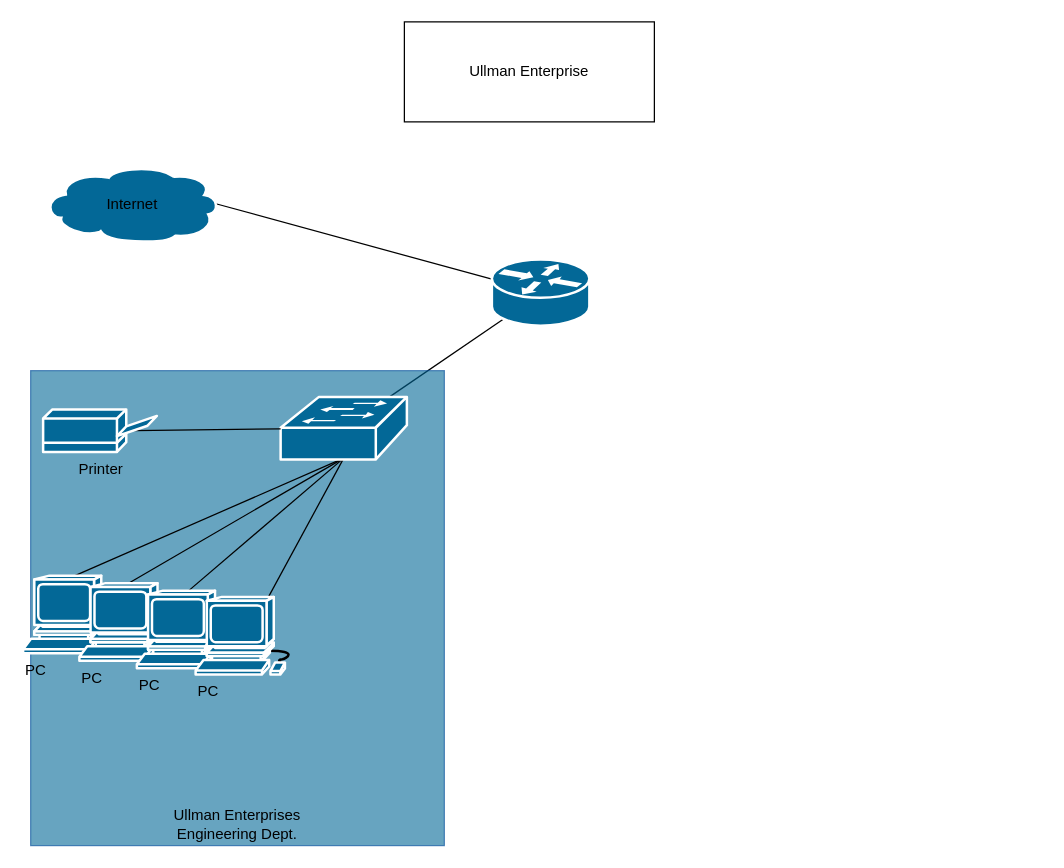
The draw.io diagram Untitled Diagram.drawio in taming-life/ITNW1325_class, before the edit. Source tidied: cells renumbered, new cells numbered last; positions are measured from the earlier drawing's top-left corner, leaving out a move shared by most shapes. Both pictures are drawn from the tidied source at 125%, with x=0, y=0 at pixel (22, 21).
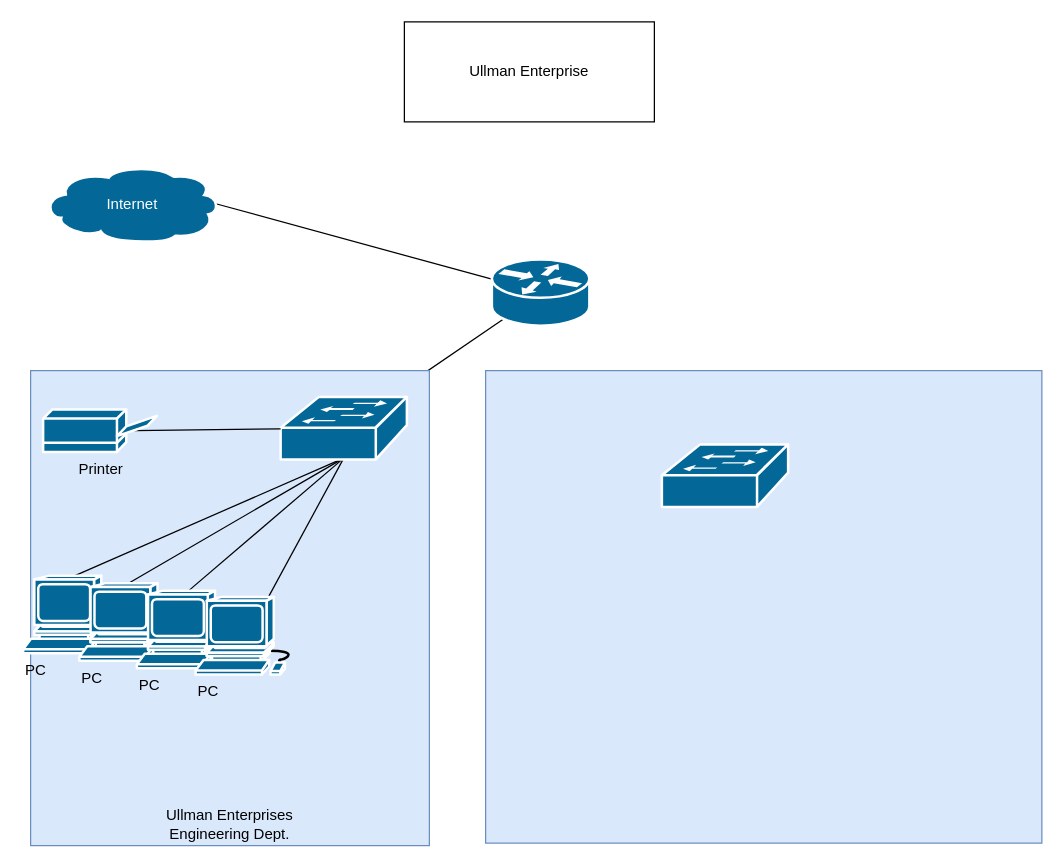
The same page after the edit.

Commit message:
second rectangle

The edit, as a diff of the source:
```diff
@@
-    <mxCell id="3" value="Internet" style="shape=mxgraph.cisco.storage.cloud;sketch=0;html=1;dashed=0;fillColor=#036897;strokeColor=#ffffff;strokeWidth=2;verticalLabelPosition=middle;verticalAlign=middle;align=center;outlineConnect=0;labelPosition=center;" parent="1" vertex="1">
+    <mxCell id="3" value="Internet" style="shape=mxgraph.cisco.storage.cloud;sketch=0;html=1;dashed=0;fillColor=#036897;strokeColor=#ffffff;strokeWidth=2;verticalLabelPosition=middle;verticalAlign=middle;align=center;outlineConnect=0;labelPosition=center;fontColor=#FFFFFF;" parent="1" vertex="1">
       <mxGeometry x="16" y="115" width="141" height="61" as="geometry" />
     </mxCell>
@@
-    <mxCell id="6" value="Ullman Enterprises&lt;br&gt;Engineering Dept." style="rounded=0;whiteSpace=wrap;html=1;opacity=60;fillColor=#036897;strokeColor=#004C99;spacingTop=345;" parent="1" vertex="1">
-      <mxGeometry x="6" y="279" width="331" height="380" as="geometry" />
+    <mxCell id="6" value="Ullman Enterprises&lt;br&gt;Engineering Dept." style="rounded=0;whiteSpace=wrap;html=1;fillColor=#dae8fc;strokeColor=#6c8ebf;spacingTop=345;perimeterSpacing=1;" parent="1" vertex="1">
+      <mxGeometry x="6" y="279" width="319" height="380" as="geometry" />
     </mxCell>
@@
+    <mxCell id="19" style="rounded=0;whiteSpace=wrap;html=1;fillColor=#dae8fc;strokeColor=#6c8ebf;" parent="1" vertex="1">
+      <mxGeometry x="370" y="279" width="445" height="378" as="geometry" />
+    </mxCell>
+    <mxCell id="20" style="shape=mxgraph.cisco.switches.workgroup_switch;sketch=0;html=1;dashed=0;fillColor=#036897;strokeColor=#ffffff;strokeWidth=2;verticalLabelPosition=bottom;verticalAlign=top;align=center;" parent="1" vertex="1">
+      <mxGeometry x="511" y="338" width="101" height="50" as="geometry" />
+    </mxCell>
```
